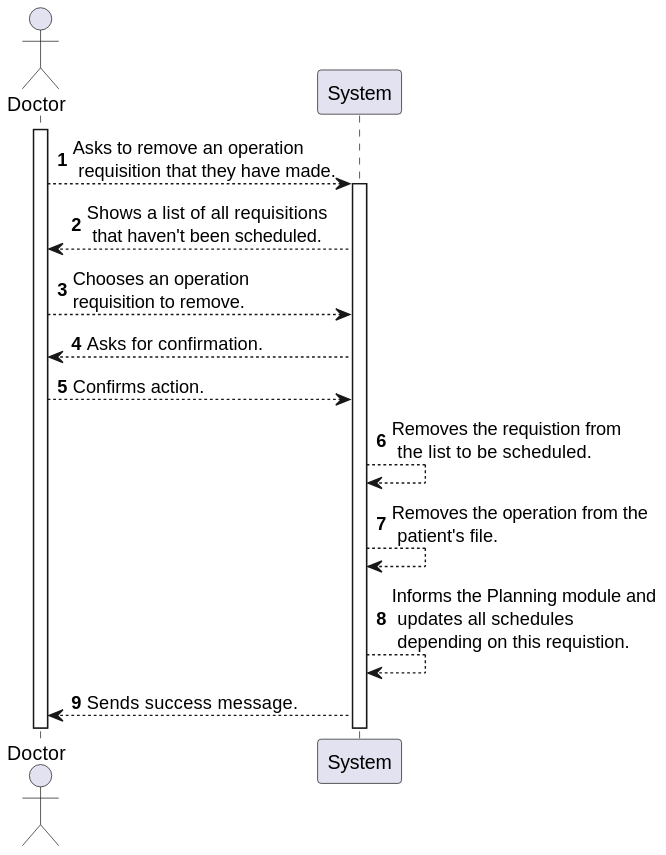
Above: docs/sprint-1/us-5.1.18/Diagrams/SSD/system-sequence-diagram-doctor.svg in rita-barbosa/LAPR5-2425 (PlantUML), before the change. Source of this version:
```plantuml
@startuml

autonumber
actor "Doctor" as DOCTOR
participant "System" as SYS

activate DOCTOR

DOCTOR --> SYS : Asks to remove an operation\n requisition that they have made.

activate SYS

SYS --> DOCTOR : Shows a list of all requisitions\n that haven't been scheduled.

DOCTOR --> SYS : Chooses an operation \nrequisition to remove.

SYS --> DOCTOR : Asks for confirmation.

DOCTOR --> SYS : Confirms action.

SYS --> SYS : Removes the requistion from\n the list to be scheduled.

SYS --> SYS : Removes the operation from the\n patient's file.

SYS --> SYS : Informs the Planning module and\n updates all schedules\n depending on this requistion.

SYS --> DOCTOR : Sends success message.
@enduml
```
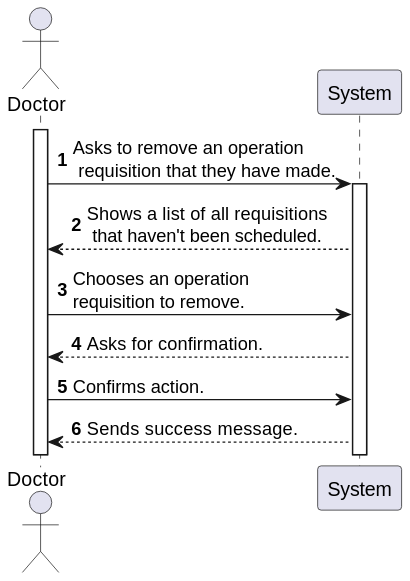
After the change.

Diff of the diagram source:
```diff
@@ -6,23 +6,17 @@
 
 activate DOCTOR
 
-DOCTOR --> SYS : Asks to remove an operation\n requisition that they have made.
+DOCTOR -> SYS : Asks to remove an operation\n requisition that they have made.
 
 activate SYS
 
 SYS --> DOCTOR : Shows a list of all requisitions\n that haven't been scheduled.
 
-DOCTOR --> SYS : Chooses an operation \nrequisition to remove.
+DOCTOR -> SYS : Chooses an operation \nrequisition to remove.
 
 SYS --> DOCTOR : Asks for confirmation.
 
-DOCTOR --> SYS : Confirms action.
-
-SYS --> SYS : Removes the requistion from\n the list to be scheduled.
-
-SYS --> SYS : Removes the operation from the\n patient's file.
-
-SYS --> SYS : Informs the Planning module and\n updates all schedules\n depending on this requistion.
+DOCTOR -> SYS : Confirms action.
 
 SYS --> DOCTOR : Sends success message.
 @enduml
```
